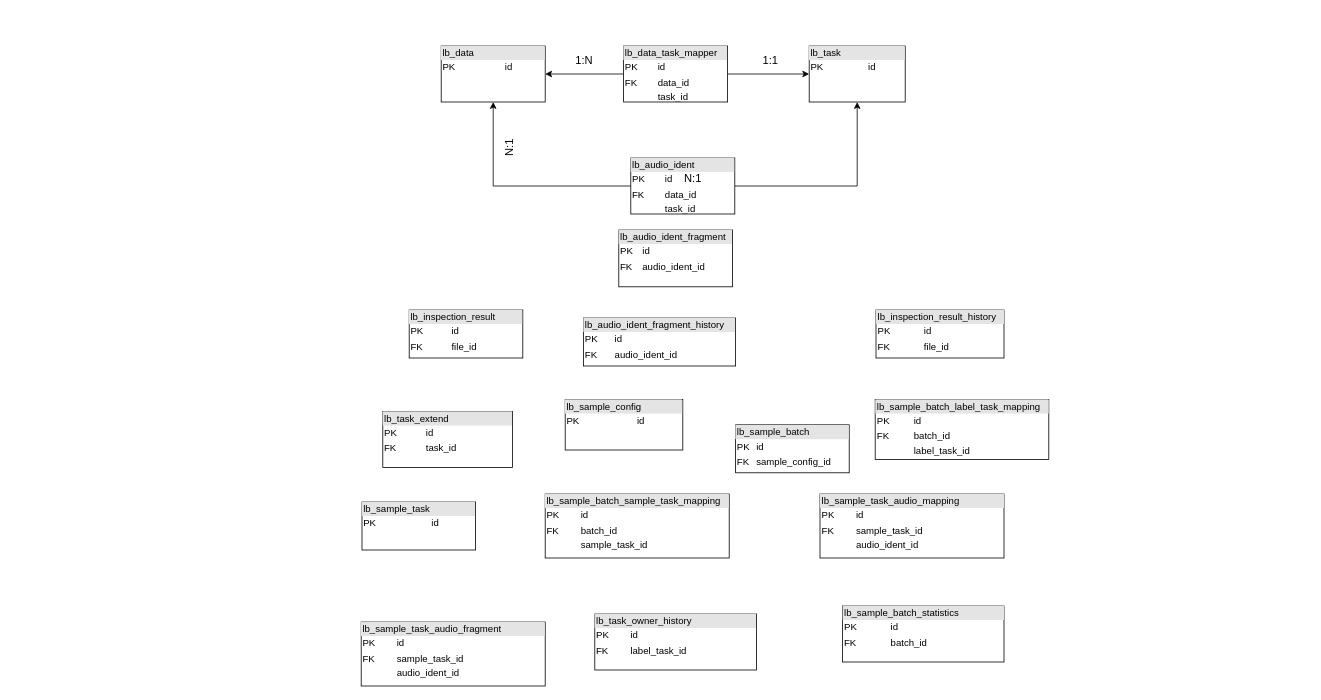
The draw.io diagram label_table.drawio in jianjunding234/document, before the edit. Source tidied: cells renumbered, new cells numbered last; positions are measured from the earlier drawing's top-left corner, leaving out a move shared by most shapes. Both pictures are drawn from the tidied source at 80%, with x=0, y=0 at pixel (361, 46).
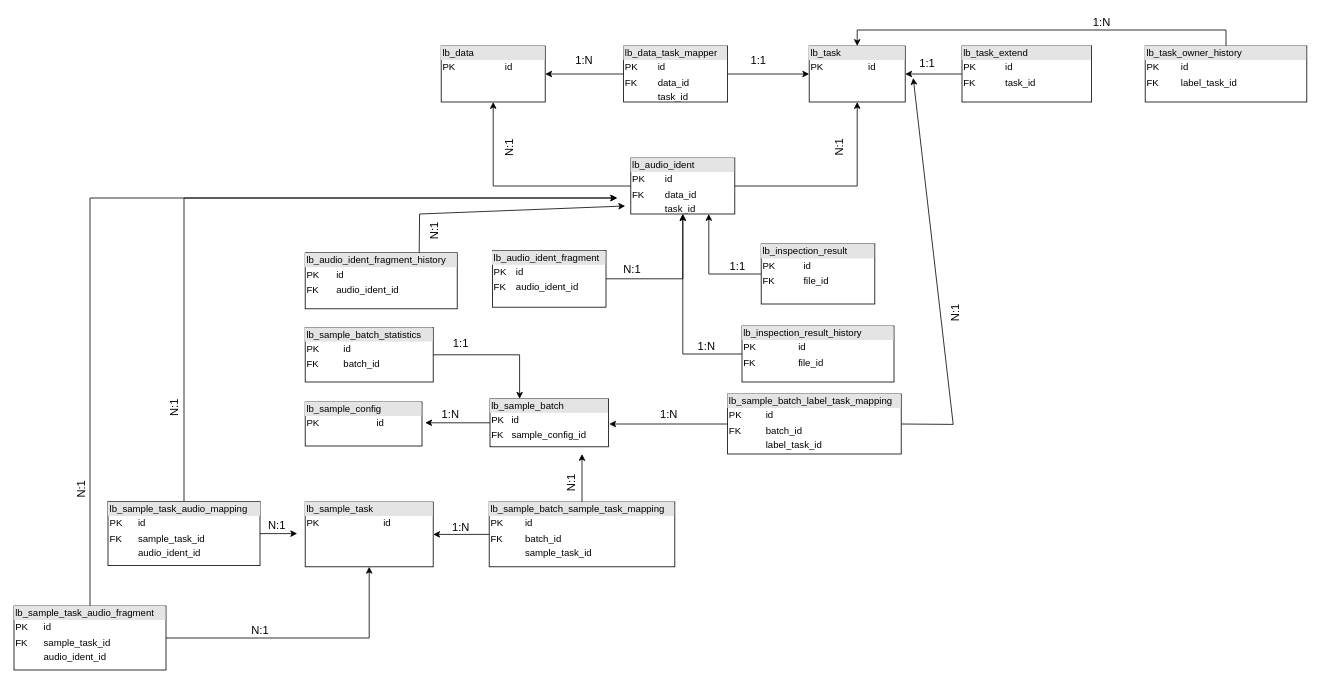
After the change.

Unchanged cells that the change refers to:
```xml
<mxCell id="2" value="&lt;div style=&quot;box-sizing: border-box ; width: 100% ; background: #e4e4e4 ; padding: 2px&quot;&gt;lb_task&lt;br&gt;&lt;/div&gt;&lt;table style=&quot;width: 100% ; font-size: 1em&quot; cellpadding=&quot;2&quot; cellspacing=&quot;0&quot;&gt;&lt;tbody&gt;&lt;tr&gt;&lt;td&gt;PK&lt;/td&gt;&lt;td&gt;id&lt;/td&gt;&lt;/tr&gt;&lt;tr&gt;&lt;td&gt;&lt;br&gt;&lt;/td&gt;&lt;td&gt;&lt;/td&gt;&lt;/tr&gt;&lt;/tbody&gt;&lt;/table&gt;" style="verticalAlign=top;align=left;overflow=fill;html=1;" parent="1" vertex="1">
  <mxGeometry x="560" width="120" height="70" as="geometry" />
</mxCell>
<mxCell id="26" value="&lt;div style=&quot;box-sizing: border-box ; width: 100% ; background: #e4e4e4 ; padding: 2px&quot;&gt;lb_audio_ident&lt;br&gt;&lt;/div&gt;&lt;table style=&quot;width: 100% ; font-size: 1em&quot; cellpadding=&quot;2&quot; cellspacing=&quot;0&quot;&gt;&lt;tbody&gt;&lt;tr&gt;&lt;td&gt;PK&lt;/td&gt;&lt;td&gt;id&lt;/td&gt;&lt;/tr&gt;&lt;tr&gt;&lt;td&gt;FK&lt;/td&gt;&lt;td&gt;data_id&lt;/td&gt;&lt;/tr&gt;&lt;tr&gt;&lt;td&gt;&lt;/td&gt;&lt;td&gt;task_id&lt;/td&gt;&lt;/tr&gt;&lt;/tbody&gt;&lt;/table&gt;" style="verticalAlign=top;align=left;overflow=fill;html=1;" parent="1" vertex="1">
  <mxGeometry x="337" y="140" width="130" height="70" as="geometry" />
</mxCell>
```

The edit, as a diff of the source:
```diff
@@
+    <mxCell id="28" style="edgeStyle=orthogonalEdgeStyle;rounded=0;jettySize=auto;html=1;entryX=0.5;entryY=1;entryDx=0;entryDy=0;fontSize=14;" parent="1" edge="1" source="7" target="26">
+      <mxGeometry relative="1" as="geometry" />
+    </mxCell>
     <mxCell id="7" value="&lt;div style=&quot;box-sizing: border-box ; width: 100% ; background: #e4e4e4 ; padding: 2px&quot;&gt;lb_audio_ident_fragment&lt;br&gt;&lt;/div&gt;&lt;table style=&quot;width: 100% ; font-size: 1em&quot; cellpadding=&quot;2&quot; cellspacing=&quot;0&quot;&gt;&lt;tbody&gt;&lt;tr&gt;&lt;td&gt;PK&lt;/td&gt;&lt;td&gt;id&lt;/td&gt;&lt;/tr&gt;&lt;tr&gt;&lt;td&gt;FK&lt;/td&gt;&lt;td&gt;audio_ident_id&lt;br&gt;&lt;/td&gt;&lt;/tr&gt;&lt;tr&gt;&lt;td&gt;&lt;/td&gt;&lt;td&gt;&lt;br&gt;&lt;/td&gt;&lt;/tr&gt;&lt;/tbody&gt;&lt;/table&gt;" style="verticalAlign=top;align=left;overflow=fill;html=1;" parent="1" vertex="1">
-      <mxGeometry x="322" y="230" width="142" height="71" as="geometry" />
+      <mxGeometry x="164" y="255.5" width="142" height="71" as="geometry" />
     </mxCell>
+    <mxCell id="29" style="edgeStyle=orthogonalEdgeStyle;rounded=0;jettySize=auto;html=1;entryX=0.75;entryY=1;entryDx=0;entryDy=0;fontSize=14;" parent="1" edge="1" source="8" target="26">
+      <mxGeometry relative="1" as="geometry" />
+    </mxCell>
     <mxCell id="8" value="&lt;div style=&quot;box-sizing: border-box ; width: 100% ; background: #e4e4e4 ; padding: 2px&quot;&gt;lb_inspection_result&lt;br&gt;&lt;/div&gt;&lt;table style=&quot;width: 100% ; font-size: 1em&quot; cellpadding=&quot;2&quot; cellspacing=&quot;0&quot;&gt;&lt;tbody&gt;&lt;tr&gt;&lt;td&gt;PK&lt;/td&gt;&lt;td&gt;id&lt;/td&gt;&lt;/tr&gt;&lt;tr&gt;&lt;td&gt;FK&lt;/td&gt;&lt;td&gt;file_id&lt;br&gt;&lt;/td&gt;&lt;/tr&gt;&lt;tr&gt;&lt;td&gt;&lt;/td&gt;&lt;td&gt;&lt;br&gt;&lt;/td&gt;&lt;/tr&gt;&lt;/tbody&gt;&lt;/table&gt;" style="verticalAlign=top;align=left;overflow=fill;html=1;" parent="1" vertex="1">
-      <mxGeometry x="60" y="330" width="142" height="60" as="geometry" />
+      <mxGeometry x="500" y="247.5" width="142" height="75" as="geometry" />
     </mxCell>
+    <mxCell id="30" style="edgeStyle=none;rounded=0;jettySize=auto;html=1;exitX=0.75;exitY=0;exitDx=0;exitDy=0;fontSize=14;" parent="1" edge="1" source="9">
+      <mxGeometry relative="1" as="geometry">
+        <mxPoint x="330" y="200" as="targetPoint" />
+        <Array as="points">
+          <mxPoint x="73" y="210" />
+        </Array>
+      </mxGeometry>
+    </mxCell>
     <mxCell id="9" value="&lt;div style=&quot;box-sizing: border-box ; width: 100% ; background: #e4e4e4 ; padding: 2px&quot;&gt;lb_audio_ident_fragment_history&lt;br&gt;&lt;/div&gt;&lt;table style=&quot;width: 100% ; font-size: 1em&quot; cellpadding=&quot;2&quot; cellspacing=&quot;0&quot;&gt;&lt;tbody&gt;&lt;tr&gt;&lt;td&gt;PK&lt;/td&gt;&lt;td&gt;id&lt;/td&gt;&lt;/tr&gt;&lt;tr&gt;&lt;td&gt;FK&lt;/td&gt;&lt;td&gt;audio_ident_id&lt;br&gt;&lt;/td&gt;&lt;/tr&gt;&lt;tr&gt;&lt;td&gt;&lt;/td&gt;&lt;td&gt;&lt;br&gt;&lt;/td&gt;&lt;/tr&gt;&lt;/tbody&gt;&lt;/table&gt;" style="verticalAlign=top;align=left;overflow=fill;html=1;" parent="1" vertex="1">
-      <mxGeometry x="278" y="340" width="190" height="60" as="geometry" />
+      <mxGeometry x="-70" y="258.5" width="190" height="70" as="geometry" />
     </mxCell>
+    <mxCell id="31" style="edgeStyle=none;rounded=0;jettySize=auto;html=1;entryX=0.5;entryY=1;entryDx=0;entryDy=0;fontSize=14;" parent="1" edge="1" source="10" target="26">
+      <mxGeometry relative="1" as="geometry">
+        <Array as="points">
+          <mxPoint x="402" y="385" />
+        </Array>
+      </mxGeometry>
+    </mxCell>
     <mxCell id="10" value="&lt;div style=&quot;box-sizing: border-box ; width: 100% ; background: #e4e4e4 ; padding: 2px&quot;&gt;lb_inspection_result_history&lt;br&gt;&lt;/div&gt;&lt;table style=&quot;width: 100% ; font-size: 1em&quot; cellpadding=&quot;2&quot; cellspacing=&quot;0&quot;&gt;&lt;tbody&gt;&lt;tr&gt;&lt;td&gt;PK&lt;/td&gt;&lt;td&gt;id&lt;/td&gt;&lt;/tr&gt;&lt;tr&gt;&lt;td&gt;FK&lt;/td&gt;&lt;td&gt;file_id&lt;br&gt;&lt;/td&gt;&lt;/tr&gt;&lt;tr&gt;&lt;td&gt;&lt;/td&gt;&lt;td&gt;&lt;br&gt;&lt;/td&gt;&lt;/tr&gt;&lt;/tbody&gt;&lt;/table&gt;" style="verticalAlign=top;align=left;overflow=fill;html=1;" parent="1" vertex="1">
-      <mxGeometry x="643.5" y="330" width="160" height="60" as="geometry" />
+      <mxGeometry x="476" y="350" width="190" height="70" as="geometry" />
     </mxCell>
     <mxCell id="11" value="&lt;div style=&quot;box-sizing: border-box ; width: 100% ; background: #e4e4e4 ; padding: 2px&quot;&gt;lb_sample_config&lt;br&gt;&lt;/div&gt;&lt;table style=&quot;width: 100% ; font-size: 1em&quot; cellpadding=&quot;2&quot; cellspacing=&quot;0&quot;&gt;&lt;tbody&gt;&lt;tr&gt;&lt;td&gt;PK&lt;/td&gt;&lt;td&gt;id&lt;/td&gt;&lt;/tr&gt;&lt;tr&gt;&lt;td&gt;&lt;/td&gt;&lt;td&gt;&lt;br&gt;&lt;/td&gt;&lt;/tr&gt;&lt;tr&gt;&lt;td&gt;&lt;/td&gt;&lt;td&gt;&lt;br&gt;&lt;/td&gt;&lt;/tr&gt;&lt;/tbody&gt;&lt;/table&gt;" style="verticalAlign=top;align=left;overflow=fill;html=1;" parent="1" vertex="1">
-      <mxGeometry x="255" y="442" width="147" height="63" as="geometry" />
+      <mxGeometry x="-70" y="445" width="146" height="55" as="geometry" />
     </mxCell>
+    <mxCell id="32" style="edgeStyle=orthogonalEdgeStyle;rounded=0;jettySize=auto;html=1;fontSize=14;" parent="1" edge="1" source="12">
+      <mxGeometry relative="1" as="geometry">
+        <mxPoint x="80" y="471" as="targetPoint" />
+      </mxGeometry>
+    </mxCell>
     <mxCell id="12" value="&lt;div style=&quot;box-sizing: border-box ; width: 100% ; background: #e4e4e4 ; padding: 2px&quot;&gt;lb_sample_batch&lt;br&gt;&lt;/div&gt;&lt;table style=&quot;width: 100% ; font-size: 1em&quot; cellpadding=&quot;2&quot; cellspacing=&quot;0&quot;&gt;&lt;tbody&gt;&lt;tr&gt;&lt;td&gt;PK&lt;/td&gt;&lt;td&gt;id&lt;/td&gt;&lt;/tr&gt;&lt;tr&gt;&lt;td&gt;FK&lt;/td&gt;&lt;td&gt;sample_config_id&lt;br&gt;&lt;/td&gt;&lt;/tr&gt;&lt;tr&gt;&lt;td&gt;&lt;/td&gt;&lt;td&gt;&lt;br&gt;&lt;/td&gt;&lt;/tr&gt;&lt;/tbody&gt;&lt;/table&gt;" style="verticalAlign=top;align=left;overflow=fill;html=1;" parent="1" vertex="1">
-      <mxGeometry x="468" y="473.5" width="142" height="60" as="geometry" />
+      <mxGeometry x="161" y="441" width="148" height="60" as="geometry" />
     </mxCell>
+    <mxCell id="33" style="edgeStyle=orthogonalEdgeStyle;rounded=0;jettySize=auto;html=1;fontSize=14;" parent="1" edge="1" source="13">
+      <mxGeometry relative="1" as="geometry">
+        <mxPoint x="310" y="472.5" as="targetPoint" />
+      </mxGeometry>
+    </mxCell>
+    <mxCell id="34" style="edgeStyle=none;rounded=0;jettySize=auto;html=1;fontSize=14;exitX=1;exitY=0.5;exitDx=0;exitDy=0;" parent="1" edge="1" source="13">
+      <mxGeometry relative="1" as="geometry">
+        <mxPoint x="690" y="40" as="targetPoint" />
+        <Array as="points">
+          <mxPoint x="740" y="473" />
+        </Array>
+      </mxGeometry>
+    </mxCell>
     <mxCell id="13" value="&lt;div style=&quot;box-sizing: border-box ; width: 100% ; background: #e4e4e4 ; padding: 2px&quot;&gt;lb_sample_batch_label_task_mapping&lt;br&gt;&lt;/div&gt;&lt;table style=&quot;width: 100% ; font-size: 1em&quot; cellpadding=&quot;2&quot; cellspacing=&quot;0&quot;&gt;&lt;tbody&gt;&lt;tr&gt;&lt;td&gt;PK&lt;/td&gt;&lt;td&gt;id&lt;/td&gt;&lt;/tr&gt;&lt;tr&gt;&lt;td&gt;FK&lt;/td&gt;&lt;td&gt;batch_id&lt;/td&gt;&lt;/tr&gt;&lt;tr&gt;&lt;td&gt;&lt;/td&gt;&lt;td&gt;label_task_id&lt;/td&gt;&lt;/tr&gt;&lt;/tbody&gt;&lt;/table&gt;" style="verticalAlign=top;align=left;overflow=fill;html=1;" parent="1" vertex="1">
-      <mxGeometry x="642.5" y="442" width="217" height="75" as="geometry" />
+      <mxGeometry x="458" y="435" width="217" height="75" as="geometry" />
     </mxCell>
     <mxCell id="14" value="&lt;div style=&quot;box-sizing: border-box ; width: 100% ; background: #e4e4e4 ; padding: 2px&quot;&gt;lb_sample_task&lt;br&gt;&lt;/div&gt;&lt;table style=&quot;width: 100% ; font-size: 1em&quot; cellpadding=&quot;2&quot; cellspacing=&quot;0&quot;&gt;&lt;tbody&gt;&lt;tr&gt;&lt;td&gt;PK&lt;/td&gt;&lt;td&gt;id&lt;/td&gt;&lt;/tr&gt;&lt;tr&gt;&lt;td&gt;&lt;/td&gt;&lt;td&gt;&lt;br&gt;&lt;/td&gt;&lt;/tr&gt;&lt;tr&gt;&lt;td&gt;&lt;/td&gt;&lt;td&gt;&lt;br&gt;&lt;/td&gt;&lt;/tr&gt;&lt;/tbody&gt;&lt;/table&gt;" style="verticalAlign=top;align=left;overflow=fill;html=1;" parent="1" vertex="1">
-      <mxGeometry x="1" y="570" width="142" height="60" as="geometry" />
+      <mxGeometry x="-70" y="570" width="160" height="81" as="geometry" />
     </mxCell>
+    <mxCell id="35" style="edgeStyle=orthogonalEdgeStyle;rounded=0;jettySize=auto;html=1;fontSize=14;" parent="1" edge="1" source="15">
+      <mxGeometry relative="1" as="geometry">
+        <mxPoint x="276" y="510" as="targetPoint" />
+      </mxGeometry>
+    </mxCell>
+    <mxCell id="36" style="edgeStyle=orthogonalEdgeStyle;rounded=0;jettySize=auto;html=1;entryX=1;entryY=0.5;entryDx=0;entryDy=0;fontSize=14;" parent="1" edge="1" source="15" target="14">
+      <mxGeometry relative="1" as="geometry" />
+    </mxCell>
     <mxCell id="15" value="&lt;div style=&quot;box-sizing: border-box ; width: 100% ; background: #e4e4e4 ; padding: 2px&quot;&gt;lb_sample_batch_sample_task_mapping&lt;br&gt;&lt;/div&gt;&lt;table style=&quot;width: 100% ; font-size: 1em&quot; cellpadding=&quot;2&quot; cellspacing=&quot;0&quot;&gt;&lt;tbody&gt;&lt;tr&gt;&lt;td&gt;PK&lt;/td&gt;&lt;td&gt;id&lt;/td&gt;&lt;/tr&gt;&lt;tr&gt;&lt;td&gt;FK&lt;/td&gt;&lt;td&gt;batch_id&lt;/td&gt;&lt;/tr&gt;&lt;tr&gt;&lt;td&gt;&lt;/td&gt;&lt;td&gt;sample_task_id&lt;/td&gt;&lt;/tr&gt;&lt;/tbody&gt;&lt;/table&gt;" style="verticalAlign=top;align=left;overflow=fill;html=1;" parent="1" vertex="1">
-      <mxGeometry x="230" y="560" width="230" height="80" as="geometry" />
+      <mxGeometry x="160" y="570" width="232" height="81" as="geometry" />
     </mxCell>
+    <mxCell id="37" style="edgeStyle=orthogonalEdgeStyle;rounded=0;jettySize=auto;html=1;fontSize=14;" parent="1" edge="1" source="16">
+      <mxGeometry relative="1" as="geometry">
+        <mxPoint x="-80" y="609.5" as="targetPoint" />
+      </mxGeometry>
+    </mxCell>
+    <mxCell id="38" style="edgeStyle=orthogonalEdgeStyle;rounded=0;jettySize=auto;html=1;fontSize=14;" parent="1" edge="1" source="16">
+      <mxGeometry relative="1" as="geometry">
+        <mxPoint x="320" y="190" as="targetPoint" />
+        <Array as="points">
+          <mxPoint x="-221" y="190" />
+        </Array>
+      </mxGeometry>
+    </mxCell>
     <mxCell id="16" value="&lt;div style=&quot;box-sizing: border-box ; width: 100% ; background: #e4e4e4 ; padding: 2px&quot;&gt;lb_sample_task_audio_mapping&lt;br&gt;&lt;/div&gt;&lt;table style=&quot;width: 100% ; font-size: 1em&quot; cellpadding=&quot;2&quot; cellspacing=&quot;0&quot;&gt;&lt;tbody&gt;&lt;tr&gt;&lt;td&gt;PK&lt;/td&gt;&lt;td&gt;id&lt;/td&gt;&lt;/tr&gt;&lt;tr&gt;&lt;td&gt;FK&lt;/td&gt;&lt;td&gt;sample_task_id&lt;/td&gt;&lt;/tr&gt;&lt;tr&gt;&lt;td&gt;&lt;/td&gt;&lt;td&gt;audio_ident_id&lt;/td&gt;&lt;/tr&gt;&lt;/tbody&gt;&lt;/table&gt;" style="verticalAlign=top;align=left;overflow=fill;html=1;" parent="1" vertex="1">
-      <mxGeometry x="573.5" y="560" width="230" height="80" as="geometry" />
+      <mxGeometry x="-316.5" y="569.5" width="190" height="80" as="geometry" />
     </mxCell>
+    <mxCell id="39" style="edgeStyle=orthogonalEdgeStyle;rounded=0;jettySize=auto;html=1;entryX=0.5;entryY=1;entryDx=0;entryDy=0;fontSize=14;" parent="1" edge="1" source="17" target="14">
+      <mxGeometry relative="1" as="geometry" />
+    </mxCell>
+    <mxCell id="40" style="edgeStyle=none;rounded=0;jettySize=auto;html=1;exitX=0.5;exitY=0;exitDx=0;exitDy=0;fontSize=14;" parent="1" edge="1" source="17">
+      <mxGeometry relative="1" as="geometry">
+        <mxPoint x="320" y="190" as="targetPoint" />
+        <Array as="points">
+          <mxPoint x="-339" y="190" />
+        </Array>
+      </mxGeometry>
+    </mxCell>
     <mxCell id="17" value="&lt;div style=&quot;box-sizing: border-box ; width: 100% ; background: #e4e4e4 ; padding: 2px&quot;&gt;lb_sample_task_audio_fragment&lt;br&gt;&lt;/div&gt;&lt;table style=&quot;width: 100% ; font-size: 1em&quot; cellpadding=&quot;2&quot; cellspacing=&quot;0&quot;&gt;&lt;tbody&gt;&lt;tr&gt;&lt;td&gt;PK&lt;/td&gt;&lt;td&gt;id&lt;/td&gt;&lt;/tr&gt;&lt;tr&gt;&lt;td&gt;FK&lt;/td&gt;&lt;td&gt;sample_task_id&lt;/td&gt;&lt;/tr&gt;&lt;tr&gt;&lt;td&gt;&lt;/td&gt;&lt;td&gt;audio_ident_id&lt;/td&gt;&lt;/tr&gt;&lt;/tbody&gt;&lt;/table&gt;" style="verticalAlign=top;align=left;overflow=fill;html=1;" parent="1" vertex="1">
-      <mxGeometry y="720" width="230" height="80" as="geometry" />
+      <mxGeometry x="-434" y="700" width="190" height="80" as="geometry" />
     </mxCell>
+    <mxCell id="41" style="edgeStyle=none;rounded=0;jettySize=auto;html=1;entryX=0.5;entryY=0;entryDx=0;entryDy=0;fontSize=14;" parent="1" edge="1" source="18" target="2">
+      <mxGeometry relative="1" as="geometry">
+        <Array as="points">
+          <mxPoint x="1081" y="-20" />
+          <mxPoint x="620" y="-20" />
+        </Array>
+      </mxGeometry>
+    </mxCell>
     <mxCell id="18" value="&lt;div style=&quot;box-sizing: border-box ; width: 100% ; background: #e4e4e4 ; padding: 2px&quot;&gt;lb_task_owner_history&lt;br&gt;&lt;/div&gt;&lt;table style=&quot;width: 100% ; font-size: 1em&quot; cellpadding=&quot;2&quot; cellspacing=&quot;0&quot;&gt;&lt;tbody&gt;&lt;tr&gt;&lt;td&gt;PK&lt;/td&gt;&lt;td&gt;id&lt;/td&gt;&lt;/tr&gt;&lt;tr&gt;&lt;td&gt;FK&lt;/td&gt;&lt;td&gt;label_task_id&lt;/td&gt;&lt;/tr&gt;&lt;tr&gt;&lt;td&gt;&lt;br&gt;&lt;/td&gt;&lt;td&gt;&lt;/td&gt;&lt;/tr&gt;&lt;/tbody&gt;&lt;/table&gt;" style="verticalAlign=top;align=left;overflow=fill;html=1;" parent="1" vertex="1">
-      <mxGeometry x="292" y="710" width="202" height="70" as="geometry" />
+      <mxGeometry x="980" width="202" height="70" as="geometry" />
     </mxCell>
+    <mxCell id="42" style="edgeStyle=orthogonalEdgeStyle;rounded=0;jettySize=auto;html=1;entryX=1;entryY=0.5;entryDx=0;entryDy=0;fontSize=14;" parent="1" edge="1" source="19" target="2">
+      <mxGeometry relative="1" as="geometry" />
+    </mxCell>
     <mxCell id="19" value="&lt;div style=&quot;box-sizing: border-box ; width: 100% ; background: #e4e4e4 ; padding: 2px&quot;&gt;lb_task_extend&lt;br&gt;&lt;/div&gt;&lt;table style=&quot;width: 100% ; font-size: 1em&quot; cellpadding=&quot;2&quot; cellspacing=&quot;0&quot;&gt;&lt;tbody&gt;&lt;tr&gt;&lt;td&gt;PK&lt;/td&gt;&lt;td&gt;id&lt;/td&gt;&lt;/tr&gt;&lt;tr&gt;&lt;td&gt;FK&lt;/td&gt;&lt;td&gt;task_id&lt;/td&gt;&lt;/tr&gt;&lt;tr&gt;&lt;td&gt;&lt;br&gt;&lt;/td&gt;&lt;td&gt;&lt;/td&gt;&lt;/tr&gt;&lt;/tbody&gt;&lt;/table&gt;" style="verticalAlign=top;align=left;overflow=fill;html=1;" parent="1" vertex="1">
-      <mxGeometry x="27" y="457" width="162" height="70" as="geometry" />
+      <mxGeometry x="751" width="162" height="70" as="geometry" />
     </mxCell>
+    <mxCell id="43" style="edgeStyle=orthogonalEdgeStyle;rounded=0;jettySize=auto;html=1;entryX=0.25;entryY=0;entryDx=0;entryDy=0;fontSize=14;" parent="1" edge="1" source="20" target="12">
+      <mxGeometry relative="1" as="geometry" />
+    </mxCell>
     <mxCell id="20" value="&lt;div style=&quot;box-sizing: border-box ; width: 100% ; background: #e4e4e4 ; padding: 2px&quot;&gt;lb_sample_batch_statistics&lt;br&gt;&lt;/div&gt;&lt;table style=&quot;width: 100% ; font-size: 1em&quot; cellpadding=&quot;2&quot; cellspacing=&quot;0&quot;&gt;&lt;tbody&gt;&lt;tr&gt;&lt;td&gt;PK&lt;/td&gt;&lt;td&gt;id&lt;/td&gt;&lt;/tr&gt;&lt;tr&gt;&lt;td&gt;FK&lt;/td&gt;&lt;td&gt;batch_id&lt;/td&gt;&lt;/tr&gt;&lt;/tbody&gt;&lt;/table&gt;" style="verticalAlign=top;align=left;overflow=fill;html=1;" parent="1" vertex="1">
-      <mxGeometry x="601.5" y="700" width="202" height="70" as="geometry" />
+      <mxGeometry x="-70" y="352" width="160" height="68" as="geometry" />
     </mxCell>
@@
     <mxCell id="22" value="&lt;font style=&quot;font-size: 14px&quot;&gt;1:1&lt;/font&gt;" style="text;html=1;align=left;verticalAlign=top;spacingTop=-4;" parent="1" vertex="1">
-      <mxGeometry x="500" y="7" width="30" height="20" as="geometry" />
+      <mxGeometry x="485" y="7" width="30" height="20" as="geometry" />
     </mxCell>
@@
-    <mxCell id="27" value="N:1" style="text;html=1;align=left;verticalAlign=top;spacingTop=-4;fontSize=14;" parent="1" vertex="1">
-      <mxGeometry x="402" y="155" width="40" height="20" as="geometry" />
-    </mxCell>
+    <mxCell id="44" value="1:1" style="text;html=1;align=left;verticalAlign=top;spacingTop=-4;fontSize=14;" parent="1" vertex="1">
+      <mxGeometry x="695.5" y="11" width="30" height="20" as="geometry" />
+    </mxCell>
+    <mxCell id="45" value="N:1" style="text;html=1;align=left;verticalAlign=top;spacingTop=-4;fontSize=14;horizontal=0;" parent="1" vertex="1">
+      <mxGeometry x="586.5" y="110" width="30" height="30" as="geometry" />
+    </mxCell>
+    <mxCell id="46" value="N:1" style="text;html=1;align=left;verticalAlign=top;spacingTop=-4;fontSize=14;" parent="1" vertex="1">
+      <mxGeometry x="326" y="267.5" width="40" height="20" as="geometry" />
+    </mxCell>
+    <mxCell id="47" value="1:1" style="text;html=1;align=left;verticalAlign=top;spacingTop=-4;fontSize=14;" parent="1" vertex="1">
+      <mxGeometry x="459" y="265" width="30" height="20" as="geometry" />
+    </mxCell>
+    <mxCell id="48" value="1:N" style="text;html=1;align=left;verticalAlign=top;spacingTop=-4;fontSize=14;" parent="1" vertex="1">
+      <mxGeometry x="98.5" y="450" width="40" height="20" as="geometry" />
+    </mxCell>
+    <mxCell id="49" value="1:1" style="text;html=1;align=left;verticalAlign=top;spacingTop=-4;fontSize=14;" parent="1" vertex="1">
+      <mxGeometry x="113" y="361" width="30" height="20" as="geometry" />
+    </mxCell>
+    <mxCell id="50" value="1:N" style="text;html=1;align=left;verticalAlign=top;spacingTop=-4;fontSize=14;" parent="1" vertex="1">
+      <mxGeometry x="372" y="450" width="40" height="20" as="geometry" />
+    </mxCell>
+    <mxCell id="51" value="N:1" style="text;html=1;align=left;verticalAlign=top;spacingTop=-4;fontSize=14;horizontal=0;" parent="1" vertex="1">
+      <mxGeometry x="731" y="326.5" width="40" height="20" as="geometry" />
+    </mxCell>
+    <mxCell id="52" value="1:N" style="text;html=1;align=left;verticalAlign=top;spacingTop=-4;fontSize=14;" parent="1" vertex="1">
+      <mxGeometry x="112" y="591" width="40" height="20" as="geometry" />
+    </mxCell>
+    <mxCell id="53" value="N:1" style="text;html=1;align=left;verticalAlign=top;spacingTop=-4;fontSize=14;horizontal=0;" parent="1" vertex="1">
+      <mxGeometry x="252" y="539" width="40" height="20" as="geometry" />
+    </mxCell>
+    <mxCell id="54" value="N:1" style="text;html=1;align=left;verticalAlign=top;spacingTop=-4;fontSize=14;" parent="1" vertex="1">
+      <mxGeometry x="-118" y="588" width="40" height="20" as="geometry" />
+    </mxCell>
+    <mxCell id="55" value="N:1" style="text;html=1;align=left;verticalAlign=top;spacingTop=-4;fontSize=14;" parent="1" vertex="1">
+      <mxGeometry x="-139" y="720" width="40" height="20" as="geometry" />
+    </mxCell>
+    <mxCell id="56" value="1:N" style="text;html=1;align=left;verticalAlign=top;spacingTop=-4;fontSize=14;" parent="1" vertex="1">
+      <mxGeometry x="913" y="-40" width="40" height="20" as="geometry" />
+    </mxCell>
+    <mxCell id="57" value="1:N" style="text;html=1;align=left;verticalAlign=top;spacingTop=-4;fontSize=14;" parent="1" vertex="1">
+      <mxGeometry x="419" y="365" width="40" height="20" as="geometry" />
+    </mxCell>
+    <mxCell id="58" value="N:1" style="text;html=1;align=left;verticalAlign=top;spacingTop=-4;fontSize=14;horizontal=0;" parent="1" vertex="1">
+      <mxGeometry x="80" y="224" width="40" height="20" as="geometry" />
+    </mxCell>
+    <mxCell id="59" value="N:1" style="text;html=1;align=left;verticalAlign=top;spacingTop=-4;fontSize=14;horizontal=0;" parent="1" vertex="1">
+      <mxGeometry x="-361" y="547" width="40" height="20" as="geometry" />
+    </mxCell>
+    <mxCell id="60" value="N:1" style="text;html=1;align=left;verticalAlign=top;spacingTop=-4;fontSize=14;horizontal=0;" parent="1" vertex="1">
+      <mxGeometry x="-245" y="445" width="40" height="20" as="geometry" />
+    </mxCell>
```
